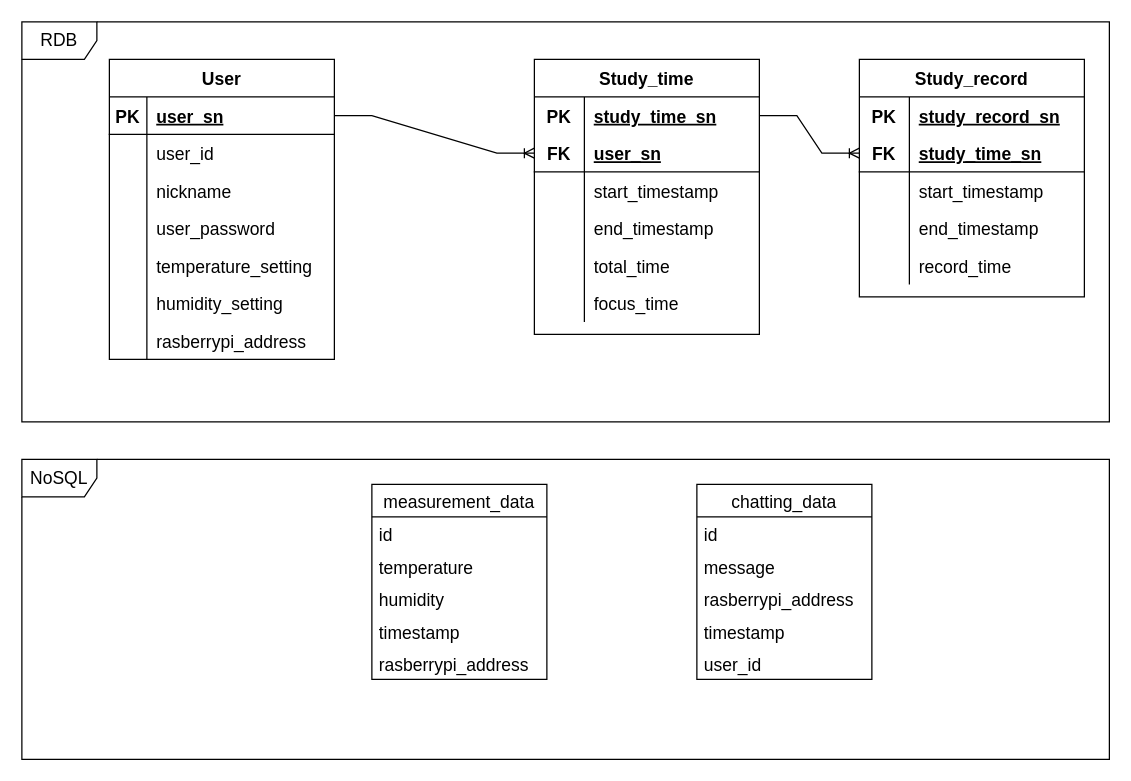
Before: page "ERD" (11 of 11) of doc/UML.drawio in veryneuron/study_mate_project, a draw.io diagram. Source tidied: cells renumbered, new cells numbered last; positions are measured from the earlier drawing's top-left corner, leaving out a move shared by most shapes. Both pictures are drawn from the tidied source at 125%, with x=0, y=0 at pixel (21, 21).
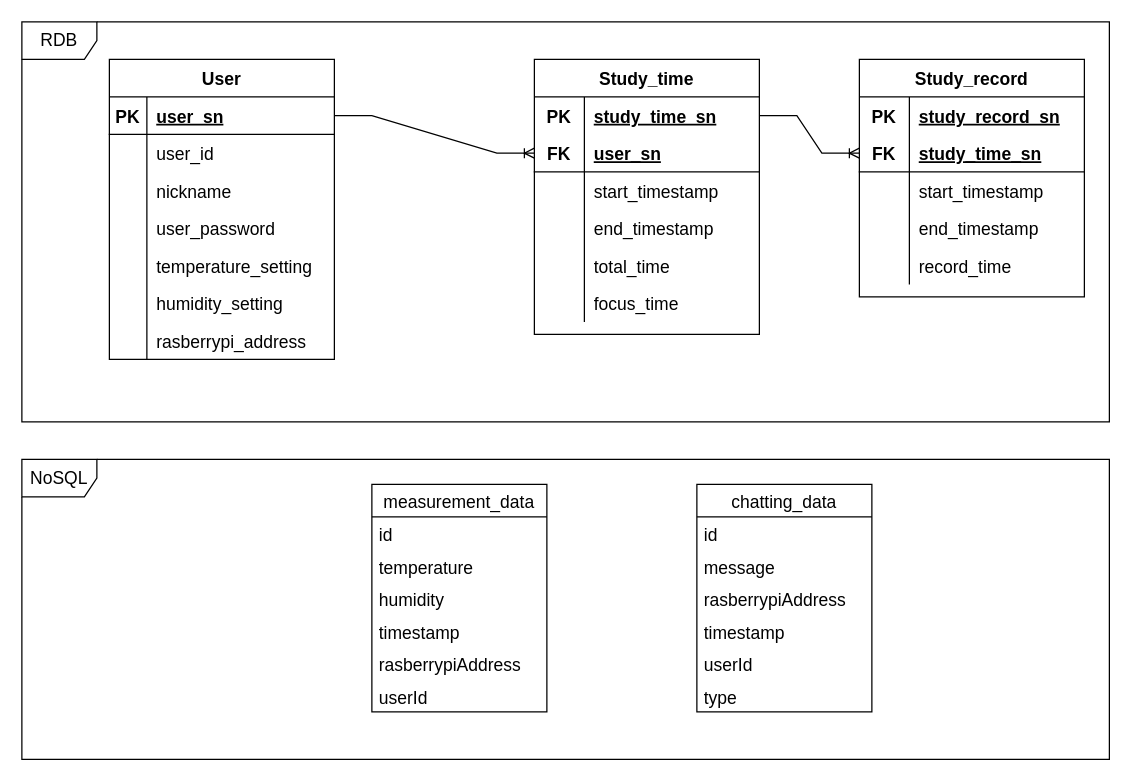
The same page after the edit.

Change to the diagram source:
```diff
@@
     <mxCell id="63" value="measurement_data" style="swimlane;fontStyle=0;horizontal=1;startSize=26;fillColor=none;fontSize=14;" parent="1" vertex="1">
-      <mxGeometry x="280" y="370" width="140" height="156" as="geometry" />
+      <mxGeometry x="280" y="370" width="140" height="182" as="geometry" />
     </mxCell>
@@
-    <mxCell id="68" value="rasberrypi_address" style="text;strokeColor=none;fillColor=none;align=left;verticalAlign=top;spacingLeft=4;spacingRight=4;overflow=hidden;fontSize=14;" parent="63" vertex="1">
+    <mxCell id="68" value="rasberrypiAddress" style="text;strokeColor=none;fillColor=none;align=left;verticalAlign=top;spacingLeft=4;spacingRight=4;overflow=hidden;fontSize=14;" parent="63" vertex="1">
       <mxGeometry y="130" width="140" height="26" as="geometry" />
     </mxCell>
+    <mxCell id="79" value="userId" style="text;strokeColor=none;fillColor=none;align=left;verticalAlign=top;spacingLeft=4;spacingRight=4;overflow=hidden;fontSize=14;" parent="63" vertex="1">
+      <mxGeometry y="156" width="140" height="26" as="geometry" />
+    </mxCell>
     <mxCell id="69" value="chatting_data" style="swimlane;fontStyle=0;horizontal=1;startSize=26;fillColor=none;fontSize=14;" parent="1" vertex="1">
-      <mxGeometry x="540" y="370" width="140" height="156" as="geometry" />
+      <mxGeometry x="540" y="370" width="140" height="182" as="geometry" />
     </mxCell>
@@
-    <mxCell id="72" value="rasberrypi_address" style="text;strokeColor=none;fillColor=none;align=left;verticalAlign=top;spacingLeft=4;spacingRight=4;overflow=hidden;fontSize=14;" parent="69" vertex="1">
+    <mxCell id="72" value="rasberrypiAddress" style="text;strokeColor=none;fillColor=none;align=left;verticalAlign=top;spacingLeft=4;spacingRight=4;overflow=hidden;fontSize=14;" parent="69" vertex="1">
       <mxGeometry y="78" width="140" height="26" as="geometry" />
     </mxCell>
@@
-    <mxCell id="74" value="user_id" style="text;strokeColor=none;fillColor=none;align=left;verticalAlign=top;spacingLeft=4;spacingRight=4;overflow=hidden;fontSize=14;" parent="69" vertex="1">
+    <mxCell id="74" value="userId" style="text;strokeColor=none;fillColor=none;align=left;verticalAlign=top;spacingLeft=4;spacingRight=4;overflow=hidden;fontSize=14;" parent="69" vertex="1">
       <mxGeometry y="130" width="140" height="26" as="geometry" />
     </mxCell>
+    <mxCell id="80" value="type" style="text;strokeColor=none;fillColor=none;align=left;verticalAlign=top;spacingLeft=4;spacingRight=4;overflow=hidden;fontSize=14;" parent="69" vertex="1">
+      <mxGeometry y="156" width="140" height="26" as="geometry" />
+    </mxCell>
```
